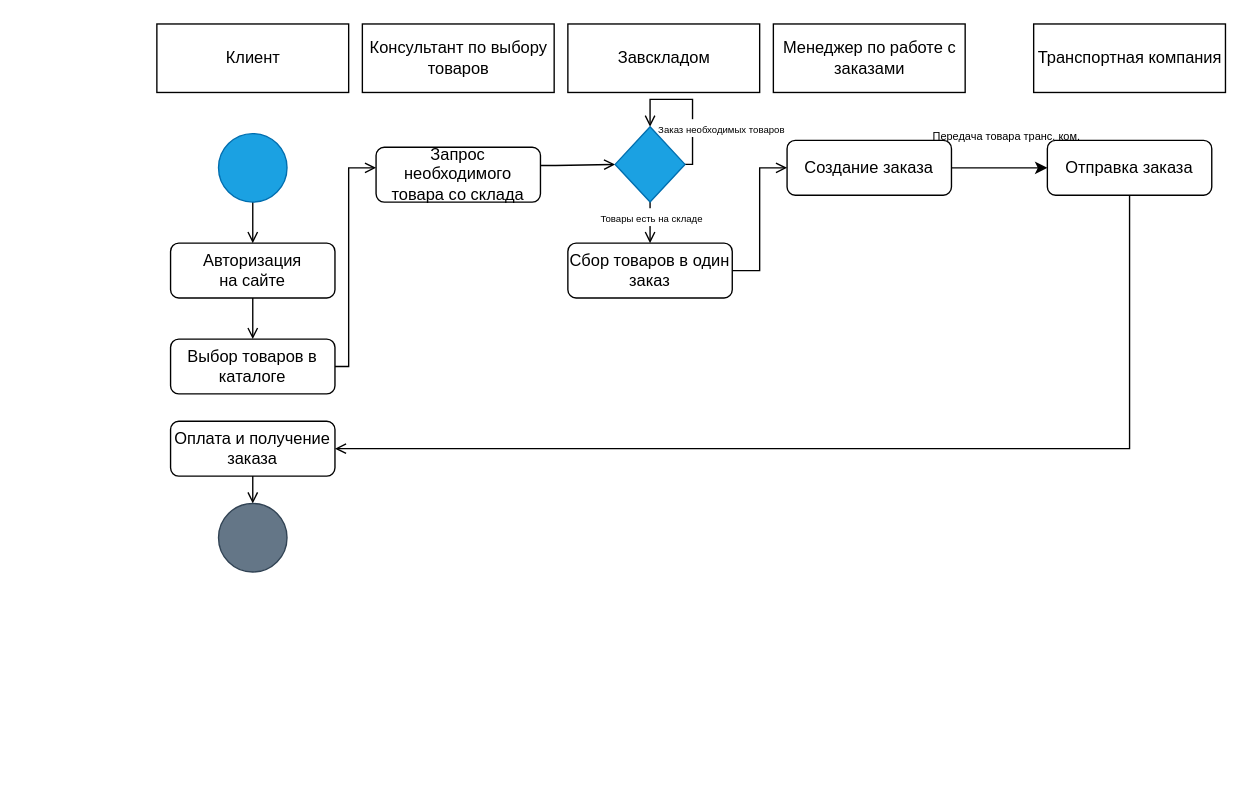
The draw.io diagram лаб 3.drawio in arn1ee/-1, before the edit. Source tidied: cells renumbered, new cells numbered last; positions are measured from the earlier drawing's top-left corner, leaving out a move shared by most shapes. Both pictures are drawn from the tidied source at 137%, with x=0, y=0 at pixel (156, 23).
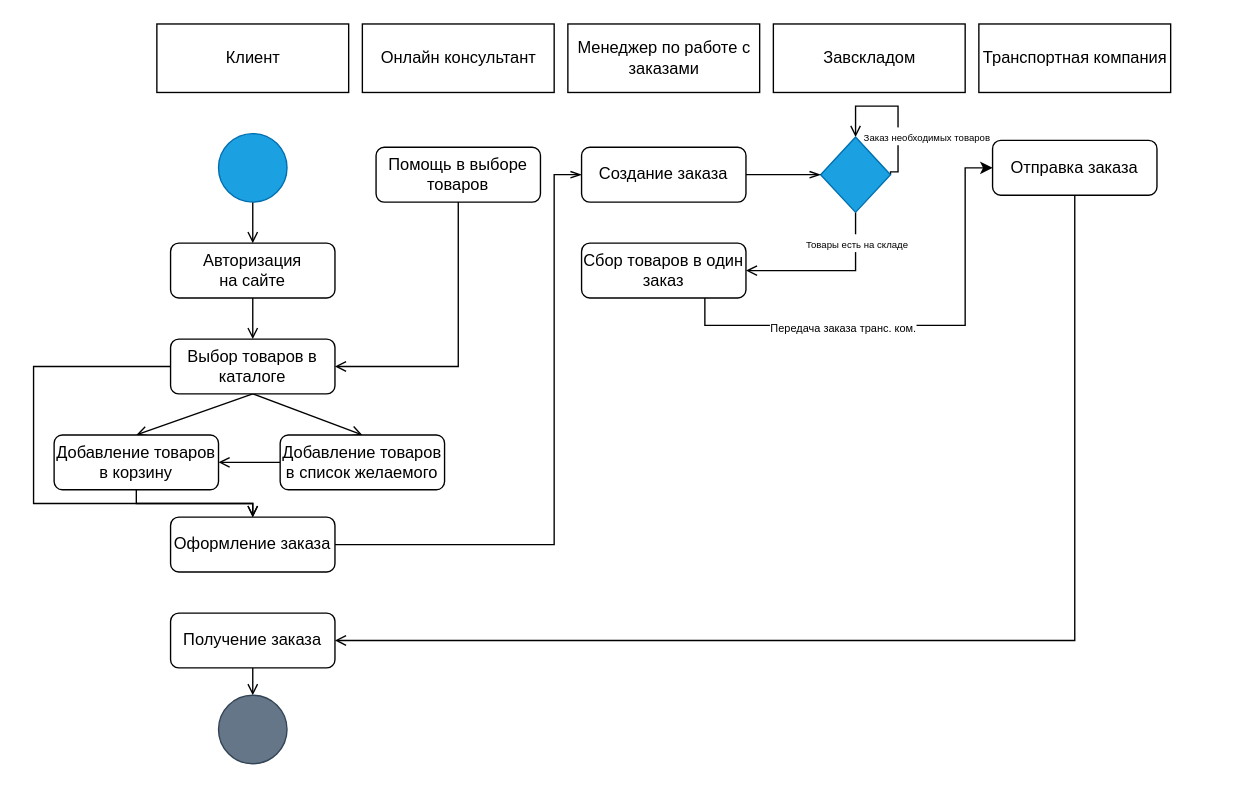
The same page after the edit.

Unchanged cells that the change refers to:
```xml
<mxCell id="11" value="Выбор товаров в каталоге" style="rounded=1;whiteSpace=wrap;html=1;" parent="1" vertex="1">
  <mxGeometry x="10" y="230" width="120" height="40" as="geometry" />
</mxCell>
```

What changed in the source:
```diff
@@
-    <mxCell id="3" value="Консультант по выбору&lt;br&gt;товаров" style="html=1;" parent="1" vertex="1">
+    <mxCell id="3" value="Онлайн консультант" style="html=1;" parent="1" vertex="1">
       <mxGeometry x="150" width="140" height="50" as="geometry" />
     </mxCell>
     <mxCell id="4" value="Завскладом" style="html=1;" parent="1" vertex="1">
-      <mxGeometry x="300" width="140" height="50" as="geometry" />
+      <mxGeometry x="450" width="140" height="50" as="geometry" />
     </mxCell>
     <mxCell id="5" value="Менеджер по работе с &lt;br&gt;заказами" style="html=1;" parent="1" vertex="1">
-      <mxGeometry x="450" width="140" height="50" as="geometry" />
+      <mxGeometry x="300" width="140" height="50" as="geometry" />
     </mxCell>
@@
-    <mxCell id="10" style="edgeStyle=orthogonalEdgeStyle;rounded=0;jettySize=auto;html=1;exitX=1;exitY=0.5;exitDx=0;exitDy=0;entryX=0;entryY=0.5;entryDx=0;entryDy=0;endArrow=open;endFill=0;" parent="1" edge="1" source="11">
+    <mxCell id="10" style="edgeStyle=orthogonalEdgeStyle;rounded=0;jettySize=auto;html=1;exitX=1;exitY=0.5;exitDx=0;exitDy=0;entryX=0.5;entryY=1;entryDx=0;entryDy=0;endArrow=none;endFill=0;startArrow=open;startFill=0;" parent="1" edge="1" source="11" target="13">
       <mxGeometry relative="1" as="geometry">
-        <mxPoint x="160" y="105" as="targetPoint" />
         <Array as="points">
-          <mxPoint x="140" y="250" />
-          <mxPoint x="140" y="105" />
+          <mxPoint x="220" y="250" />
         </Array>
       </mxGeometry>
     </mxCell>
+    <mxCell id="30" style="rounded=0;jettySize=auto;html=1;exitX=0.5;exitY=1;exitDx=0;exitDy=0;entryX=0.5;entryY=0;entryDx=0;entryDy=0;endArrow=open;endFill=0;" parent="1" edge="1" source="11" target="35">
+      <mxGeometry relative="1" as="geometry" />
+    </mxCell>
+    <mxCell id="31" style="edgeStyle=none;rounded=0;jettySize=auto;html=1;exitX=0.5;exitY=1;exitDx=0;exitDy=0;entryX=0.5;entryY=0;entryDx=0;entryDy=0;endArrow=open;endFill=0;" parent="1" edge="1" source="11" target="37">
+      <mxGeometry relative="1" as="geometry" />
+    </mxCell>
+    <mxCell id="32" style="edgeStyle=orthogonalEdgeStyle;rounded=0;jettySize=auto;html=1;exitX=0;exitY=0.5;exitDx=0;exitDy=0;entryX=0.5;entryY=0;entryDx=0;entryDy=0;endArrow=open;endFill=0;" parent="1" edge="1" source="11" target="39">
+      <mxGeometry relative="1" as="geometry">
+        <Array as="points">
+          <mxPoint x="-90" y="250" />
+          <mxPoint x="-90" y="350" />
+          <mxPoint x="70" y="350" />
+        </Array>
+      </mxGeometry>
+    </mxCell>
@@
-    <mxCell id="12" style="edgeStyle=orthogonalEdgeStyle;rounded=0;jettySize=auto;html=1;exitX=1;exitY=0.333;exitDx=0;exitDy=0;entryX=0;entryY=0.5;entryDx=0;entryDy=0;endArrow=open;endFill=0;exitPerimeter=0;" parent="1" edge="1" source="13" target="18">
-      <mxGeometry relative="1" as="geometry">
-        <Array as="points">
-          <mxPoint x="291" y="103" />
-          <mxPoint x="291" y="102" />
-        </Array>
-      </mxGeometry>
-    </mxCell>
-    <mxCell id="13" value="Запрос необходимого товара со склада" style="rounded=1;whiteSpace=wrap;html=1;" parent="1" vertex="1">
+    <mxCell id="13" value="Помощь в выборе товаров" style="rounded=1;whiteSpace=wrap;html=1;" parent="1" vertex="1">
       <mxGeometry x="160" y="90" width="120" height="40" as="geometry" />
     </mxCell>
-    <mxCell id="14" style="edgeStyle=orthogonalEdgeStyle;rounded=0;jettySize=auto;html=1;exitX=0.5;exitY=1;exitDx=0;exitDy=0;entryX=0.5;entryY=0;entryDx=0;entryDy=0;endArrow=open;endFill=0;" parent="1" edge="1" source="18" target="20">
+    <mxCell id="14" style="edgeStyle=orthogonalEdgeStyle;rounded=0;jettySize=auto;html=1;exitX=0.5;exitY=1;exitDx=0;exitDy=0;entryX=1;entryY=0.5;entryDx=0;entryDy=0;endArrow=open;endFill=0;" parent="1" edge="1" source="18" target="20">
       <mxGeometry relative="1" as="geometry" />
     </mxCell>
     <mxCell id="15" value="&lt;font style=&quot;font-size: 7px;&quot;&gt;Товары есть на складе&lt;/font&gt;" style="edgeLabel;html=1;align=center;verticalAlign=middle;" parent="14" vertex="1">
-      <mxGeometry x="-0.31" relative="1" as="geometry" />
+      <mxGeometry x="-0.31" relative="1" as="geometry">
+        <mxPoint y="-20" as="offset" />
+      </mxGeometry>
     </mxCell>
     <mxCell id="16" style="edgeStyle=orthogonalEdgeStyle;rounded=0;orthogonalLoop=1;jettySize=auto;html=1;exitX=1;exitY=0.5;exitDx=0;exitDy=0;endArrow=open;endFill=0;entryX=0.5;entryY=0;entryDx=0;entryDy=0;" parent="1" edge="1" source="18" target="18">
       <mxGeometry relative="1" as="geometry">
         <Array as="points">
-          <mxPoint x="391" y="103" />
-          <mxPoint x="391" y="55" />
-          <mxPoint x="360" y="55" />
+          <mxPoint x="541" y="108" />
+          <mxPoint x="541" y="60" />
+          <mxPoint x="510" y="60" />
         </Array>
       </mxGeometry>
     </mxCell>
@@
     <mxCell id="18" style="rhombus;whiteSpace=wrap;html=1;fillColor=#1ba1e2;fontColor=#ffffff;strokeColor=#006EAF;" parent="1" vertex="1">
-      <mxGeometry x="334.5" y="75" width="51" height="55" as="geometry" />
+      <mxGeometry x="484.5" y="82.5" width="51" height="55" as="geometry" />
     </mxCell>
-    <mxCell id="19" style="edgeStyle=orthogonalEdgeStyle;rounded=0;jettySize=auto;html=1;exitX=1;exitY=0.5;exitDx=0;exitDy=0;entryX=0;entryY=0.5;entryDx=0;entryDy=0;fontSize=7;endArrow=open;endFill=0;" parent="1" edge="1" source="20" target="23">
-      <mxGeometry relative="1" as="geometry" />
-    </mxCell>
     <mxCell id="20" value="Сбор товаров в один заказ" style="rounded=1;whiteSpace=wrap;html=1;" parent="1" vertex="1">
-      <mxGeometry x="300" y="160" width="120" height="40" as="geometry" />
+      <mxGeometry x="310" y="160" width="120" height="40" as="geometry" />
     </mxCell>
-    <mxCell id="21" style="edgeStyle=orthogonalEdgeStyle;rounded=0;jettySize=auto;html=1;exitX=1;exitY=0.5;exitDx=0;exitDy=0;entryX=0;entryY=0.5;entryDx=0;entryDy=0;" parent="1" edge="1" source="23" target="29">
-      <mxGeometry relative="1" as="geometry" />
+    <mxCell id="21" style="edgeStyle=orthogonalEdgeStyle;rounded=0;jettySize=auto;html=1;entryX=0;entryY=0.5;entryDx=0;entryDy=0;exitX=0.75;exitY=1;exitDx=0;exitDy=0;" parent="1" edge="1" source="20" target="29">
+      <mxGeometry relative="1" as="geometry">
+        <Array as="points">
+          <mxPoint x="400" y="220" />
+          <mxPoint x="590" y="220" />
+          <mxPoint x="590" y="105" />
+        </Array>
+      </mxGeometry>
     </mxCell>
-    <mxCell id="22" value="&lt;font style=&quot;font-size: 8px;&quot;&gt;Передача товара транс. ком.&lt;/font&gt;" style="edgeLabel;html=1;align=center;verticalAlign=middle;" parent="21" vertex="1">
+    <mxCell id="22" value="&lt;font style=&quot;font-size: 8px;&quot;&gt;Передача заказа транс. ком.&lt;/font&gt;" style="edgeLabel;html=1;align=center;verticalAlign=middle;" parent="21" vertex="1">
       <mxGeometry x="-0.16" y="-1" relative="1" as="geometry">
-        <mxPoint x="10" y="-26" as="offset" />
+        <mxPoint x="-25" y="-1" as="offset" />
       </mxGeometry>
     </mxCell>
+    <mxCell id="33" style="edgeStyle=orthogonalEdgeStyle;rounded=0;jumpSize=6;jettySize=auto;html=1;exitX=1;exitY=0.5;exitDx=0;exitDy=0;entryX=0;entryY=0.5;entryDx=0;entryDy=0;startArrow=none;startFill=0;endArrow=openThin;endFill=0;endSize=6;" parent="1" edge="1" source="23" target="18">
+      <mxGeometry relative="1" as="geometry" />
+    </mxCell>
     <mxCell id="23" value="Создание заказа" style="rounded=1;whiteSpace=wrap;html=1;" parent="1" vertex="1">
-      <mxGeometry x="460" y="85" width="120" height="40" as="geometry" />
+      <mxGeometry x="310" y="90" width="120" height="40" as="geometry" />
     </mxCell>
@@
-    <mxCell id="26" value="Оплата и получение заказа" style="rounded=1;whiteSpace=wrap;html=1;" parent="1" vertex="1">
-      <mxGeometry x="10" y="290" width="120" height="40" as="geometry" />
+    <mxCell id="26" value="Получение заказа" style="rounded=1;whiteSpace=wrap;html=1;" parent="1" vertex="1">
+      <mxGeometry x="10" y="430" width="120" height="40" as="geometry" />
     </mxCell>
     <mxCell id="27" style="ellipse;whiteSpace=wrap;html=1;fillColor=#647687;fontColor=#ffffff;strokeColor=#314354;" parent="1" vertex="1">
-      <mxGeometry x="45" y="350" width="50" height="50" as="geometry" />
+      <mxGeometry x="45" y="490" width="50" height="50" as="geometry" />
     </mxCell>
     <mxCell id="28" value="Транспортная компания" style="html=1;" parent="1" vertex="1">
-      <mxGeometry x="640" width="140" height="50" as="geometry" />
+      <mxGeometry x="600" width="140" height="50" as="geometry" />
     </mxCell>
     <mxCell id="29" value="Отправка заказа" style="rounded=1;whiteSpace=wrap;html=1;" parent="1" vertex="1">
-      <mxGeometry x="650" y="85" width="120" height="40" as="geometry" />
+      <mxGeometry x="610" y="85" width="120" height="40" as="geometry" />
     </mxCell>
+    <mxCell id="34" style="edgeStyle=orthogonalEdgeStyle;rounded=0;jettySize=auto;html=1;exitX=0.5;exitY=1;exitDx=0;exitDy=0;entryX=0.5;entryY=0;entryDx=0;entryDy=0;endArrow=open;endFill=0;" parent="1" edge="1" source="35" target="39">
+      <mxGeometry relative="1" as="geometry">
+        <Array as="points">
+          <mxPoint x="-15" y="350" />
+          <mxPoint x="70" y="350" />
+        </Array>
+      </mxGeometry>
+    </mxCell>
+    <mxCell id="35" value="Добавление товаров в корзину" style="rounded=1;whiteSpace=wrap;html=1;" parent="1" vertex="1">
+      <mxGeometry x="-75" y="300" width="120" height="40" as="geometry" />
+    </mxCell>
+    <mxCell id="36" style="edgeStyle=none;rounded=0;jettySize=auto;html=1;exitX=0;exitY=0.5;exitDx=0;exitDy=0;entryX=1;entryY=0.5;entryDx=0;entryDy=0;endArrow=open;endFill=0;" parent="1" edge="1" source="37" target="35">
+      <mxGeometry relative="1" as="geometry" />
+    </mxCell>
+    <mxCell id="37" value="Добавление товаров в список желаемого" style="rounded=1;whiteSpace=wrap;html=1;" parent="1" vertex="1">
+      <mxGeometry x="90" y="300" width="120" height="40" as="geometry" />
+    </mxCell>
+    <mxCell id="38" style="edgeStyle=orthogonalEdgeStyle;rounded=0;jettySize=auto;html=1;exitX=1;exitY=0.5;exitDx=0;exitDy=0;entryX=0;entryY=0.5;entryDx=0;entryDy=0;startArrow=none;startFill=0;endArrow=openThin;endFill=0;jumpSize=6;endSize=6;" parent="1" edge="1" source="39" target="23">
+      <mxGeometry relative="1" as="geometry">
+        <Array as="points">
+          <mxPoint x="290" y="380" />
+          <mxPoint x="290" y="110" />
+        </Array>
+      </mxGeometry>
+    </mxCell>
+    <mxCell id="39" value="Оформление заказа" style="rounded=1;whiteSpace=wrap;html=1;" parent="1" vertex="1">
+      <mxGeometry x="10" y="360" width="120" height="40" as="geometry" />
+    </mxCell>
```
